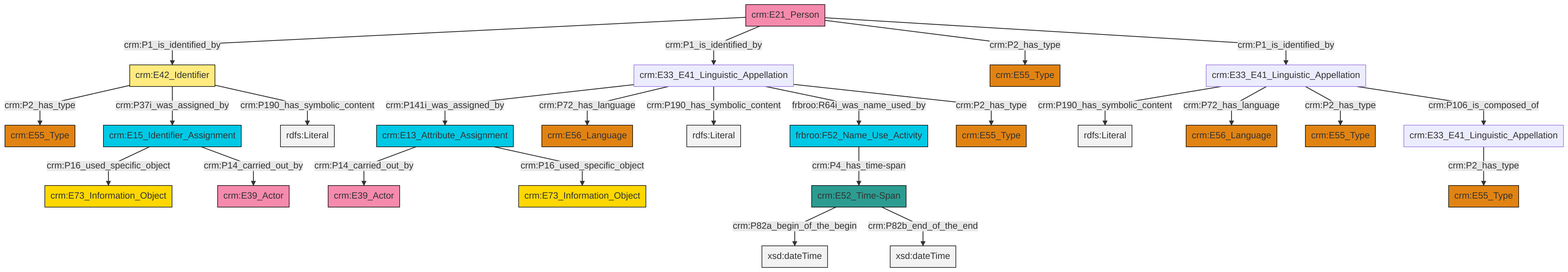
The Mermaid diagram et/personCSV/ttl/mmd/png/Person_Names_and_Classification.png in swiss-art-research-net/docs.swissartresearch, before a commit. Its source is kept beside it as et/personCSV/ttl/mmd/Person_Names_and_Classification.ttl.mmd.
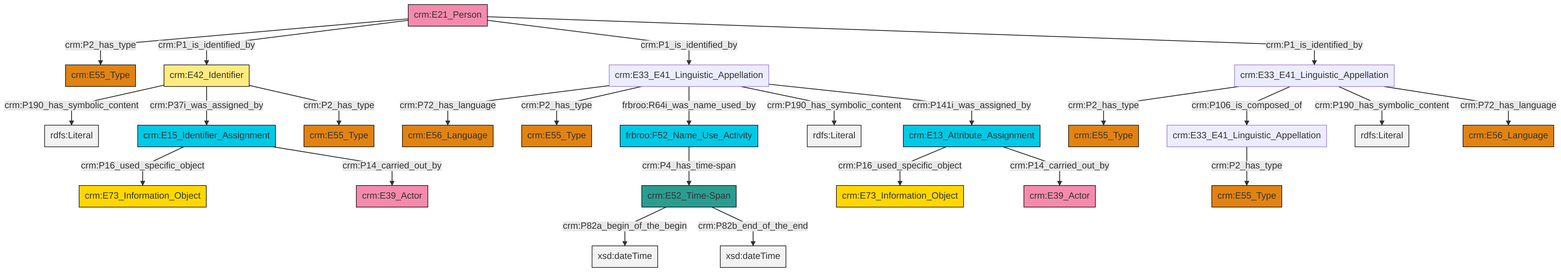
The same diagram one commit later.

The edit, as a diff of the source:
```diff
@@ -13,27 +13,27 @@
 classDef PC_Classes fill:#4ce600, stroke:#000000;
 classDef Multi fill:#cccccc,stroke:#000000;
 
-0["frbroo:F52_Name_Use_Activity"]:::Temporal_Entity -->|crm:P4_has_time-span| 1["crm:E52_Time-Span"]:::Time-Span
-8["crm:E13_Attribute_Assignment"]:::Temporal_Entity -->|crm:P14_carried_out_by| 9["crm:E39_Actor"]:::Actor
-12["crm:E15_Identifier_Assignment"]:::Temporal_Entity -->|crm:P16_used_specific_object| 6["crm:E73_Information_Object"]:::Conceptual_Object
-13["crm:E33_E41_Linguistic_Appellation"]:::Default -->|crm:P141i_was_assigned_by| 8["crm:E13_Attribute_Assignment"]:::Temporal_Entity
-18["crm:E21_Person"]:::Actor -->|crm:P1_is_identified_by| 2["crm:E42_Identifier"]:::Appellation
-2["crm:E42_Identifier"]:::Appellation -->|crm:P2_has_type| 4["crm:E55_Type"]:::Type
-13["crm:E33_E41_Linguistic_Appellation"]:::Default -->|crm:P72_has_language| 24["crm:E56_Language"]:::Type
-13["crm:E33_E41_Linguistic_Appellation"]:::Default -->|crm:P190_has_symbolic_content| 25[rdfs:Literal]:::Literal
-13["crm:E33_E41_Linguistic_Appellation"]:::Default -->|frbroo:R64i_was_name_used_by| 0["frbroo:F52_Name_Use_Activity"]:::Temporal_Entity
-8["crm:E13_Attribute_Assignment"]:::Temporal_Entity -->|crm:P16_used_specific_object| 33["crm:E73_Information_Object"]:::Conceptual_Object
-2["crm:E42_Identifier"]:::Appellation -->|crm:P37i_was_assigned_by| 12["crm:E15_Identifier_Assignment"]:::Temporal_Entity
-28["crm:E33_E41_Linguistic_Appellation"]:::Default -->|crm:P190_has_symbolic_content| 37[rdfs:Literal]:::Literal
-1["crm:E52_Time-Span"]:::Time-Span -->|crm:P82a_begin_of_the_begin| 38[xsd:dateTime]:::Literal
-18["crm:E21_Person"]:::Actor -->|crm:P1_is_identified_by| 13["crm:E33_E41_Linguistic_Appellation"]:::Default
-12["crm:E15_Identifier_Assignment"]:::Temporal_Entity -->|crm:P14_carried_out_by| 34["crm:E39_Actor"]:::Actor
-18["crm:E21_Person"]:::Actor -->|crm:P2_has_type| 26["crm:E55_Type"]:::Type
-13["crm:E33_E41_Linguistic_Appellation"]:::Default -->|crm:P2_has_type| 14["crm:E55_Type"]:::Type
-18["crm:E21_Person"]:::Actor -->|crm:P1_is_identified_by| 28["crm:E33_E41_Linguistic_Appellation"]:::Default
-28["crm:E33_E41_Linguistic_Appellation"]:::Default -->|crm:P72_has_language| 20["crm:E56_Language"]:::Type
-28["crm:E33_E41_Linguistic_Appellation"]:::Default -->|crm:P2_has_type| 10["crm:E55_Type"]:::Type
-16["crm:E33_E41_Linguistic_Appellation"]:::Default -->|crm:P2_has_type| 30["crm:E55_Type"]:::Type
-2["crm:E42_Identifier"]:::Appellation -->|crm:P190_has_symbolic_content| 43[rdfs:Literal]:::Literal
-1["crm:E52_Time-Span"]:::Time-Span -->|crm:P82b_end_of_the_end| 46[xsd:dateTime]:::Literal
-28["crm:E33_E41_Linguistic_Appellation"]:::Default -->|crm:P106_is_composed_of| 16["crm:E33_E41_Linguistic_Appellation"]:::Default
+0["crm:E21_Person"]:::Actor -->|crm:P2_has_type| 1["crm:E55_Type"]:::Type
+8["crm:E15_Identifier_Assignment"]:::Temporal_Entity -->|crm:P16_used_specific_object| 10["crm:E73_Information_Object"]:::Conceptual_Object
+11["crm:E33_E41_Linguistic_Appellation"]:::Default -->|crm:P72_has_language| 12["crm:E56_Language"]:::Type
+18["crm:E42_Identifier"]:::Appellation -->|crm:P190_has_symbolic_content| 19[rdfs:Literal]:::Literal
+0["crm:E21_Person"]:::Actor -->|crm:P1_is_identified_by| 18["crm:E42_Identifier"]:::Appellation
+21["crm:E13_Attribute_Assignment"]:::Temporal_Entity -->|crm:P16_used_specific_object| 2["crm:E73_Information_Object"]:::Conceptual_Object
+8["crm:E15_Identifier_Assignment"]:::Temporal_Entity -->|crm:P14_carried_out_by| 22["crm:E39_Actor"]:::Actor
+11["crm:E33_E41_Linguistic_Appellation"]:::Default -->|crm:P2_has_type| 23["crm:E55_Type"]:::Type
+24["crm:E33_E41_Linguistic_Appellation"]:::Default -->|crm:P2_has_type| 25["crm:E55_Type"]:::Type
+26["frbroo:F52_Name_Use_Activity"]:::Temporal_Entity -->|crm:P4_has_time-span| 13["crm:E52_Time-Span"]:::Time-Span
+0["crm:E21_Person"]:::Actor -->|crm:P1_is_identified_by| 11["crm:E33_E41_Linguistic_Appellation"]:::Default
+11["crm:E33_E41_Linguistic_Appellation"]:::Default -->|frbroo:R64i_was_name_used_by| 26["frbroo:F52_Name_Use_Activity"]:::Temporal_Entity
+18["crm:E42_Identifier"]:::Appellation -->|crm:P37i_was_assigned_by| 8["crm:E15_Identifier_Assignment"]:::Temporal_Entity
+0["crm:E21_Person"]:::Actor -->|crm:P1_is_identified_by| 28["crm:E33_E41_Linguistic_Appellation"]:::Default
+18["crm:E42_Identifier"]:::Appellation -->|crm:P2_has_type| 4["crm:E55_Type"]:::Type
+28["crm:E33_E41_Linguistic_Appellation"]:::Default -->|crm:P2_has_type| 6["crm:E55_Type"]:::Type
+28["crm:E33_E41_Linguistic_Appellation"]:::Default -->|crm:P106_is_composed_of| 24["crm:E33_E41_Linguistic_Appellation"]:::Default
+13["crm:E52_Time-Span"]:::Time-Span -->|crm:P82a_begin_of_the_begin| 35[xsd:dateTime]:::Literal
+28["crm:E33_E41_Linguistic_Appellation"]:::Default -->|crm:P190_has_symbolic_content| 36[rdfs:Literal]:::Literal
+21["crm:E13_Attribute_Assignment"]:::Temporal_Entity -->|crm:P14_carried_out_by| 32["crm:E39_Actor"]:::Actor
+11["crm:E33_E41_Linguistic_Appellation"]:::Default -->|crm:P190_has_symbolic_content| 39[rdfs:Literal]:::Literal
+28["crm:E33_E41_Linguistic_Appellation"]:::Default -->|crm:P72_has_language| 15["crm:E56_Language"]:::Type
+11["crm:E33_E41_Linguistic_Appellation"]:::Default -->|crm:P141i_was_assigned_by| 21["crm:E13_Attribute_Assignment"]:::Temporal_Entity
+13["crm:E52_Time-Span"]:::Time-Span -->|crm:P82b_end_of_the_end| 42[xsd:dateTime]:::Literal
```
